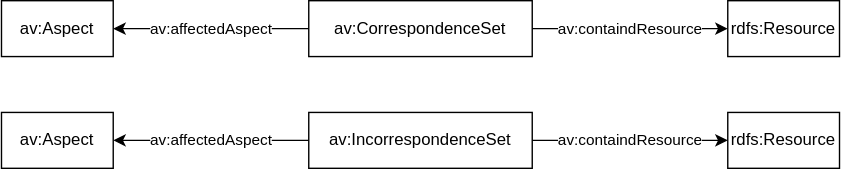
Before: correspondenceGraph.svg, a diagram exported from draw.io (fusion-jena/abecto-vocabulary). Source tidied: cells renumbered, new cells last; positions are measured from the earlier drawing's top-left corner, leaving out a move shared by most shapes.
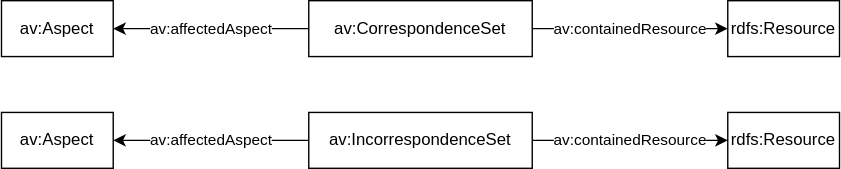
The same diagram one commit later.

What changed in the source:
```diff
@@ -17,7 +17,7 @@
     <mxCell id="6" value="rdfs:Resource" style="whiteSpace=wrap;html=1;" parent="1" vertex="1">
       <mxGeometry x="520" width="80" height="40" as="geometry" />
     </mxCell>
-    <mxCell id="7" value="av:containdResource" style="edgeStyle=none;rounded=0;jettySize=auto;html=1;" parent="1" edge="1" source="2" target="6">
+    <mxCell id="7" value="av:containedResource" style="edgeStyle=none;rounded=0;jettySize=auto;html=1;" parent="1" edge="1" source="2" target="6">
       <mxGeometry relative="1" as="geometry" />
     </mxCell>
     <mxCell id="8" value="av:affectedAspect" style="edgeStyle=none;rounded=0;jettySize=auto;html=1;" parent="1" edge="1" source="3" target="9">
@@ -29,7 +29,7 @@
     <mxCell id="10" value="rdfs:Resource" style="whiteSpace=wrap;html=1;" parent="1" vertex="1">
       <mxGeometry x="520" y="80" width="80" height="40" as="geometry" />
     </mxCell>
-    <mxCell id="11" value="av:containdResource" style="edgeStyle=none;rounded=0;jettySize=auto;html=1;" parent="1" edge="1" source="3" target="10">
+    <mxCell id="11" value="av:containedResource" style="edgeStyle=none;rounded=0;jettySize=auto;html=1;" parent="1" edge="1" source="3" target="10">
       <mxGeometry relative="1" as="geometry" />
     </mxCell>
   </root>
```
